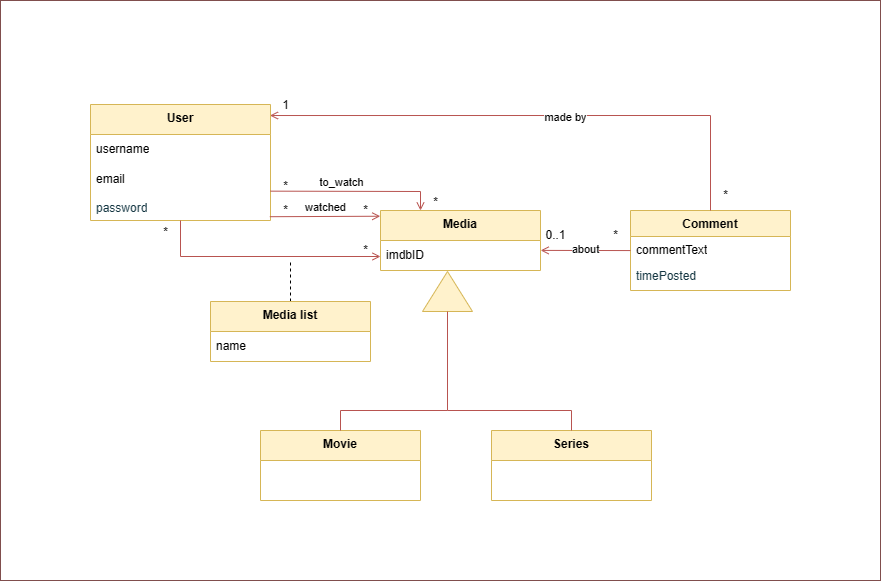
Before: images/domain-model.drawio.png, a diagram exported from draw.io (Minipoloalex/Pocket-Cinema). Source tidied: cells renumbered, new cells last; positions are measured from the earlier drawing's top-left corner, leaving out a move shared by most shapes.
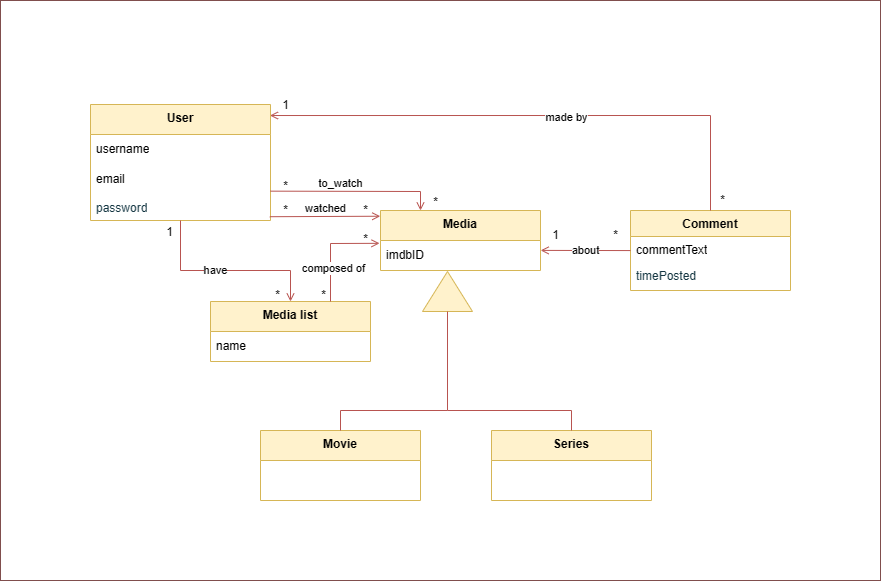
The same diagram one commit later.

Commit message:
Fixed domain model

Diff of the diagram source:
```diff
@@ -18,10 +18,10 @@
       <mxGeometry y="52" width="160" height="28" as="geometry" />
     </mxCell>
     <mxCell id="7" value="*" style="text;html=1;align=center;verticalAlign=middle;strokeColor=none;fillColor=none;" parent="1" vertex="1">
-      <mxGeometry x="350" y="235" width="30" height="30" as="geometry" />
+      <mxGeometry x="350" y="224" width="30" height="30" as="geometry" />
     </mxCell>
-    <mxCell id="8" value="*" style="text;html=1;align=center;verticalAlign=middle;strokeColor=none;fillColor=none;" parent="1" vertex="1">
-      <mxGeometry x="150" y="217" width="30" height="30" as="geometry" />
+    <mxCell id="8" value="1" style="text;html=1;align=center;verticalAlign=middle;strokeColor=none;fillColor=none;" parent="1" vertex="1">
+      <mxGeometry x="154" y="217" width="30" height="30" as="geometry" />
     </mxCell>
     <mxCell id="9" value="User" style="swimlane;fontStyle=1;horizontal=1;startSize=30;whiteSpace=wrap;html=1;fillColor=#fff2cc;strokeColor=#d6b656;verticalAlign=top;" parent="1" vertex="1">
       <mxGeometry x="90" y="104" width="180" height="116" as="geometry" />
@@ -47,14 +47,17 @@
     <mxCell id="16" value="Series" style="swimlane;fontStyle=1;horizontal=1;startSize=30;whiteSpace=wrap;html=1;fillColor=#fff2cc;strokeColor=#d6b656;verticalAlign=top;" parent="1" vertex="1">
       <mxGeometry x="491" y="430" width="160" height="70" as="geometry" />
     </mxCell>
-    <mxCell id="17" style="endArrow=open;html=1;rounded=0;fillColor=#f8cecc;strokeColor=#b85450;entryX=0;entryY=0.5;entryDx=0;entryDy=0;exitX=0.5;exitY=1;exitDx=0;exitDy=0;startArrow=none;startFill=0;endFill=0;" parent="1" edge="1" source="9">
+    <mxCell id="17" style="endArrow=open;html=1;rounded=0;fillColor=#f8cecc;strokeColor=#b85450;entryX=0.5;entryY=0;entryDx=0;entryDy=0;exitX=0.5;exitY=1;exitDx=0;exitDy=0;startArrow=none;startFill=0;endFill=0;" parent="1" edge="1" source="9" target="29">
       <mxGeometry relative="1" as="geometry">
-        <mxPoint x="380" y="256" as="targetPoint" />
         <Array as="points">
-          <mxPoint x="180" y="256" />
+          <mxPoint x="180" y="270" />
+          <mxPoint x="290" y="270" />
         </Array>
       </mxGeometry>
     </mxCell>
+    <mxCell id="39" value="have" style="edgeLabel;html=1;align=center;verticalAlign=middle;" parent="17" vertex="1">
+      <mxGeometry x="-0.11" y="1" relative="1" as="geometry" />
+    </mxCell>
     <mxCell id="18" style="endArrow=none;html=1;rounded=0;fillColor=#f8cecc;strokeColor=#b85450;exitX=0.5;exitY=0;exitDx=0;exitDy=0;entryX=0;entryY=0.5;entryDx=0;entryDy=0;" parent="1" edge="1" source="3" target="15">
       <mxGeometry relative="1" as="geometry">
         <Array as="points">
@@ -92,20 +95,15 @@
     <mxCell id="24" value="*" style="text;html=1;align=center;verticalAlign=middle;strokeColor=none;fillColor=none;" parent="1" vertex="1">
       <mxGeometry x="600" y="220" width="30" height="30" as="geometry" />
     </mxCell>
-    <mxCell id="25" value="0..1" style="text;html=1;align=center;verticalAlign=middle;strokeColor=none;fillColor=none;" parent="1" vertex="1">
-      <mxGeometry x="535" y="220" width="40" height="30" as="geometry" />
+    <mxCell id="25" value="1" style="text;html=1;align=center;verticalAlign=middle;strokeColor=none;fillColor=none;" parent="1" vertex="1">
+      <mxGeometry x="540" y="220" width="30" height="30" as="geometry" />
     </mxCell>
     <mxCell id="26" value="*" style="text;html=1;align=center;verticalAlign=middle;strokeColor=none;fillColor=none;" parent="1" vertex="1">
-      <mxGeometry x="710" y="180" width="30" height="30" as="geometry" />
+      <mxGeometry x="707" y="185" width="30" height="30" as="geometry" />
     </mxCell>
     <mxCell id="27" value="1" style="text;html=1;align=center;verticalAlign=middle;strokeColor=none;fillColor=none;" parent="1" vertex="1">
       <mxGeometry x="270" y="90" width="30" height="30" as="geometry" />
     </mxCell>
-    <mxCell id="28" style="endArrow=none;dashed=1;html=1;rounded=0;exitX=0.5;exitY=0;exitDx=0;exitDy=0;" parent="1" edge="1" source="29">
-      <mxGeometry relative="1" as="geometry">
-        <mxPoint x="290" y="260" as="targetPoint" />
-      </mxGeometry>
-    </mxCell>
     <mxCell id="29" value="Media list" style="swimlane;fontStyle=1;horizontal=1;startSize=30;whiteSpace=wrap;html=1;fillColor=#fff2cc;strokeColor=#d6b656;verticalAlign=top;" parent="1" vertex="1">
       <mxGeometry x="210" y="301" width="160" height="60" as="geometry" />
     </mxCell>
@@ -144,5 +142,23 @@
     <mxCell id="38" value="*" style="text;html=1;align=center;verticalAlign=middle;strokeColor=none;fillColor=none;" parent="1" vertex="1">
       <mxGeometry x="420" y="187" width="30" height="30" as="geometry" />
     </mxCell>
+    <mxCell id="40" value="*" style="text;html=1;align=center;verticalAlign=middle;strokeColor=none;fillColor=none;" parent="1" vertex="1">
+      <mxGeometry x="262" y="280" width="30" height="30" as="geometry" />
+    </mxCell>
+    <mxCell id="41" style="endArrow=open;html=1;rounded=0;fillColor=#f8cecc;strokeColor=#b85450;entryX=-0.006;entryY=0.094;entryDx=0;entryDy=0;exitX=0.75;exitY=0;exitDx=0;exitDy=0;entryPerimeter=0;endFill=0;" parent="1" edge="1" source="29" target="14">
+      <mxGeometry relative="1" as="geometry">
+        <Array as="points">
+          <mxPoint x="330" y="243" />
+        </Array>
+      </mxGeometry>
+    </mxCell>
+    <mxCell id="42" value="composed of" style="edgeLabel;html=1;align=center;verticalAlign=middle;" parent="41" vertex="1">
+      <mxGeometry x="-0.15" y="2" relative="1" as="geometry">
+        <mxPoint x="4" y="12" as="offset" />
+      </mxGeometry>
+    </mxCell>
+    <mxCell id="43" value="*" style="text;html=1;align=center;verticalAlign=middle;strokeColor=none;fillColor=none;" parent="1" vertex="1">
+      <mxGeometry x="308" y="280" width="30" height="30" as="geometry" />
+    </mxCell>
   </root>
 </mxGraphModel>
```
